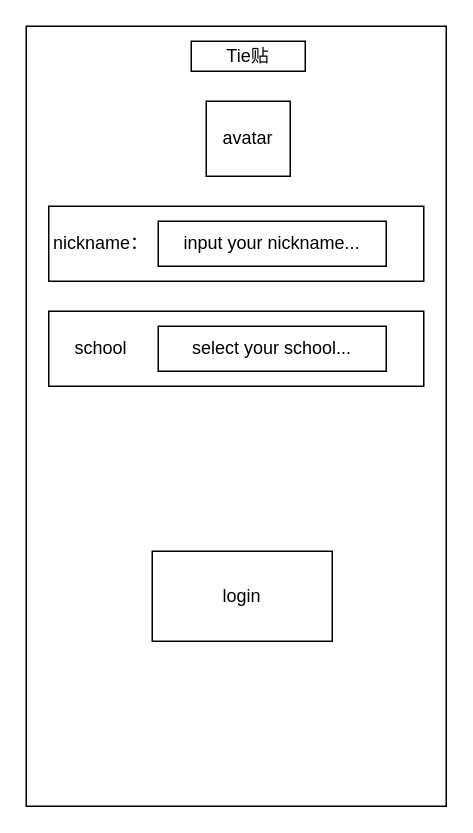
Zhou-Ru-Xuan/drawio-workplace keeps this draw.io diagram as page "index" (2 of 10) of tietie/ui.drawio. Above is the earlier version. Source tidied: cells renumbered, new cells numbered last; positions are measured from the earlier drawing's top-left corner, leaving out a move shared by most shapes. Both pictures are drawn from the tidied source at 150%, with x=0, y=0 at pixel (26, 26).
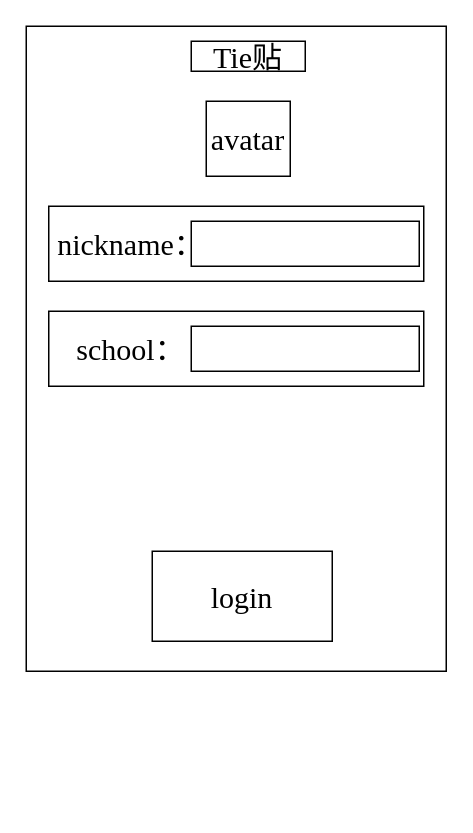
The same diagram, later.

Diff of the diagram source:
```diff
@@
 <mxGraphModel>
   <root>
     <mxCell id="0" />
     <mxCell id="1" parent="0" />
-    <mxCell id="2" style="rounded=0;whiteSpace=wrap;html=1;" parent="1" vertex="1">
-      <mxGeometry width="280" height="520" as="geometry" />
+    <mxCell id="2" style="rounded=0;whiteSpace=wrap;html=1;fontFamily=Times New Roman;fontSize=20;" parent="1" vertex="1">
+      <mxGeometry width="280" height="430" as="geometry" />
     </mxCell>
-    <mxCell id="3" value="avatar" style="rounded=0;whiteSpace=wrap;html=1;" parent="1" vertex="1">
+    <mxCell id="3" value="avatar" style="rounded=0;whiteSpace=wrap;html=1;fontFamily=Times New Roman;fontSize=20;" parent="1" vertex="1">
       <mxGeometry x="120" y="50" width="56" height="50" as="geometry" />
     </mxCell>
-    <mxCell id="4" style="rounded=0;whiteSpace=wrap;html=1;" parent="1" vertex="1">
+    <mxCell id="4" style="rounded=0;whiteSpace=wrap;html=1;fontFamily=Times New Roman;fontSize=20;" parent="1" vertex="1">
       <mxGeometry x="15" y="120" width="250" height="50" as="geometry" />
     </mxCell>
-    <mxCell id="5" value="nickname：" style="text;html=1;strokeColor=none;fillColor=none;align=center;verticalAlign=middle;whiteSpace=wrap;rounded=0;" parent="1" vertex="1">
-      <mxGeometry x="20" y="130" width="60" height="30" as="geometry" />
+    <mxCell id="5" value="nickname：" style="text;html=1;strokeColor=none;fillColor=none;align=center;verticalAlign=middle;whiteSpace=wrap;rounded=0;fontFamily=Times New Roman;fontSize=20;" parent="1" vertex="1">
+      <mxGeometry x="40" y="130" width="60" height="30" as="geometry" />
     </mxCell>
-    <mxCell id="6" value="input your nickname..." style="rounded=0;whiteSpace=wrap;html=1;" parent="1" vertex="1">
-      <mxGeometry x="88" y="130" width="152" height="30" as="geometry" />
+    <mxCell id="6" style="rounded=0;whiteSpace=wrap;html=1;fontFamily=Times New Roman;fontSize=20;" parent="1" vertex="1">
+      <mxGeometry x="110" y="130" width="152" height="30" as="geometry" />
     </mxCell>
-    <mxCell id="7" value="login" style="rounded=0;whiteSpace=wrap;html=1;" parent="1" vertex="1">
+    <mxCell id="7" value="login" style="rounded=0;whiteSpace=wrap;html=1;fontFamily=Times New Roman;fontSize=20;" parent="1" vertex="1">
       <mxGeometry x="84" y="350" width="120" height="60" as="geometry" />
     </mxCell>
-    <mxCell id="8" value="Tie贴" style="rounded=0;whiteSpace=wrap;html=1;" parent="1" vertex="1">
+    <mxCell id="8" value="Tie贴" style="rounded=0;whiteSpace=wrap;html=1;fontFamily=Times New Roman;fontSize=20;" parent="1" vertex="1">
       <mxGeometry x="110" y="10" width="76" height="20" as="geometry" />
     </mxCell>
-    <mxCell id="9" style="rounded=0;whiteSpace=wrap;html=1;" parent="1" vertex="1">
+    <mxCell id="9" style="rounded=0;whiteSpace=wrap;html=1;fontFamily=Times New Roman;fontSize=20;" parent="1" vertex="1">
       <mxGeometry x="15" y="190" width="250" height="50" as="geometry" />
     </mxCell>
-    <mxCell id="10" value="school" style="text;html=1;strokeColor=none;fillColor=none;align=center;verticalAlign=middle;whiteSpace=wrap;rounded=0;" parent="1" vertex="1">
-      <mxGeometry x="20" y="200" width="60" height="30" as="geometry" />
+    <mxCell id="10" value="school：" style="text;html=1;strokeColor=none;fillColor=none;align=center;verticalAlign=middle;whiteSpace=wrap;rounded=0;fontFamily=Times New Roman;fontSize=20;" parent="1" vertex="1">
+      <mxGeometry x="40" y="200" width="60" height="30" as="geometry" />
     </mxCell>
-    <mxCell id="11" value="select your school..." style="rounded=0;whiteSpace=wrap;html=1;" parent="1" vertex="1">
-      <mxGeometry x="88" y="200" width="152" height="30" as="geometry" />
+    <mxCell id="11" style="rounded=0;whiteSpace=wrap;html=1;fontFamily=Times New Roman;fontSize=20;" parent="1" vertex="1">
+      <mxGeometry x="110" y="200" width="152" height="30" as="geometry" />
     </mxCell>
   </root>
 </mxGraphModel>
```
